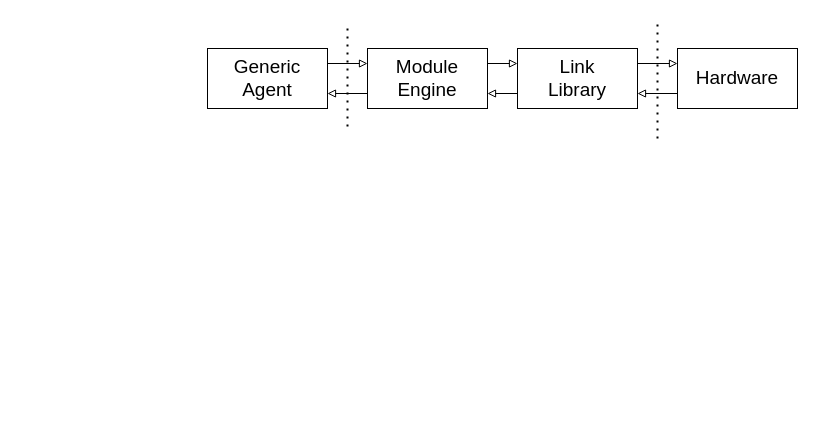
Before: doc/Drawio/System_Architecture.drawio in thggs/Thesis, a draw.io diagram. Source tidied: cells renumbered, new cells numbered last; positions are measured from the earlier drawing's top-left corner, leaving out a move shared by most shapes. Both pictures are drawn from the tidied source at 100%, with x=0, y=0 at pixel (207, 18).
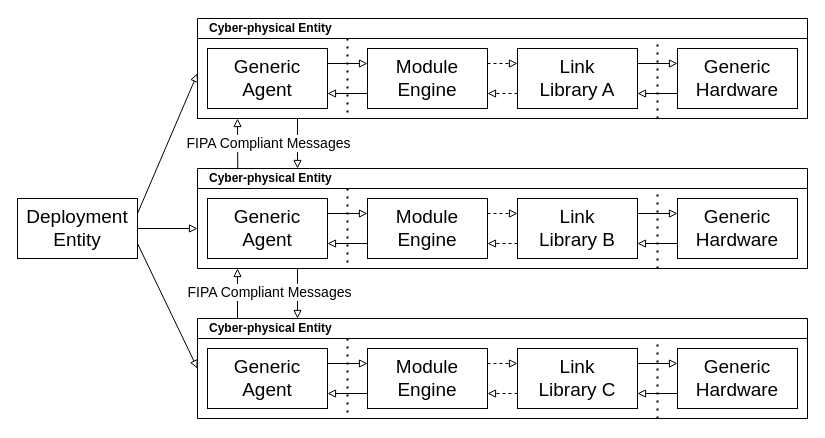
The same page after the edit.

The change refers to these unchanged cells:
```xml
<mxCell id="4" value="&lt;font style=&quot;font-size: 19px;&quot;&gt;Module&lt;/font&gt;&lt;div style=&quot;font-size: 19px;&quot;&gt;&lt;font style=&quot;font-size: 19px;&quot;&gt;Engine&lt;/font&gt;&lt;/div&gt;" style="rounded=0;whiteSpace=wrap;html=1;" parent="1" vertex="1">
  <mxGeometry x="160" y="30" width="120" height="60" as="geometry" />
</mxCell>
```

The edit, as a diff of the source:
```diff
@@
-    <mxCell id="2" value="&lt;font style=&quot;font-size: 19px;&quot;&gt;Generic&lt;/font&gt;&lt;div style=&quot;font-size: 19px;&quot;&gt;&lt;font style=&quot;font-size: 19px;&quot;&gt;Agent&lt;/font&gt;&lt;/div&gt;" style="rounded=0;whiteSpace=wrap;html=1;" parent="1" vertex="1">
-      <mxGeometry y="30" width="120" height="60" as="geometry" />
-    </mxCell>
+    <mxCell id="14" style="endArrow=block;html=1;rounded=0;startSize=8;endFill=0;" parent="1" edge="1">
+      <mxGeometry relative="1" as="geometry">
+        <mxPoint x="30" y="300" as="sourcePoint" />
+        <mxPoint x="30" y="250" as="targetPoint" />
+      </mxGeometry>
+    </mxCell>
+    <mxCell id="15" style="endArrow=block;html=1;rounded=0;startSize=8;endFill=0;exitX=0.066;exitY=-0.003;exitDx=0;exitDy=0;exitPerimeter=0;" parent="1" edge="1" source="50">
+      <mxGeometry relative="1" as="geometry">
+        <mxPoint x="30" y="100" as="targetPoint" />
+      </mxGeometry>
+    </mxCell>
+    <mxCell id="16" style="rounded=0;whiteSpace=wrap;html=1;" parent="1" vertex="1">
+      <mxGeometry x="-10" y="10" width="610" height="90" as="geometry" />
+    </mxCell>
     <mxCell id="3" style="endArrow=none;dashed=1;html=1;dashPattern=1 3;strokeWidth=2;rounded=0;" parent="1" edge="1">
       <mxGeometry relative="1" as="geometry">
-        <mxPoint x="140" y="10" as="sourcePoint" />
-        <mxPoint x="140" y="110" as="targetPoint" />
+        <mxPoint x="140" y="20" as="sourcePoint" />
+        <mxPoint x="140" y="100" as="targetPoint" />
         <Array as="points">
           <mxPoint x="140" y="60" />
         </Array>
       </mxGeometry>
     </mxCell>
@@
-    <mxCell id="7" value="&lt;span style=&quot;font-size: 19px;&quot;&gt;Link&lt;/span&gt;&lt;div&gt;&lt;span style=&quot;font-size: 19px;&quot;&gt;Library&lt;/span&gt;&lt;/div&gt;" style="rounded=0;whiteSpace=wrap;html=1;" parent="1" vertex="1">
+    <mxCell id="7" value="&lt;span style=&quot;font-size: 19px;&quot;&gt;Link&lt;/span&gt;&lt;div&gt;&lt;span style=&quot;font-size: 19px;&quot;&gt;Library A&lt;/span&gt;&lt;/div&gt;" style="rounded=0;whiteSpace=wrap;html=1;" parent="1" vertex="1">
       <mxGeometry x="310" y="30" width="120" height="60" as="geometry" />
     </mxCell>
     <mxCell id="8" style="endArrow=none;dashed=1;html=1;dashPattern=1 3;strokeWidth=2;rounded=0;" parent="1" edge="1">
       <mxGeometry relative="1" as="geometry">
-        <mxPoint x="450" y="120" as="sourcePoint" />
-        <mxPoint x="450" as="targetPoint" />
+        <mxPoint x="450" y="100" as="sourcePoint" />
+        <mxPoint x="450" y="10" as="targetPoint" />
       </mxGeometry>
     </mxCell>
-    <mxCell id="9" value="&lt;font style=&quot;font-size: 19px;&quot;&gt;Hardware&lt;/font&gt;" style="rounded=0;whiteSpace=wrap;html=1;" parent="1" vertex="1">
+    <mxCell id="9" value="&lt;div&gt;&lt;font style=&quot;font-size: 19px;&quot;&gt;Generic&lt;/font&gt;&lt;/div&gt;&lt;font style=&quot;font-size: 19px;&quot;&gt;Hardware&lt;/font&gt;" style="rounded=0;whiteSpace=wrap;html=1;" parent="1" vertex="1">
       <mxGeometry x="470" y="30" width="120" height="60" as="geometry" />
     </mxCell>
@@
-    <mxCell id="12" style="endArrow=block;html=1;rounded=0;exitX=0;exitY=0.75;exitDx=0;exitDy=0;entryX=1;entryY=0.75;entryDx=0;entryDy=0;startSize=8;endFill=0;" parent="1" edge="1" source="7" target="4">
+    <mxCell id="12" style="endArrow=block;html=1;rounded=0;exitX=0;exitY=0.75;exitDx=0;exitDy=0;entryX=1;entryY=0.75;entryDx=0;entryDy=0;startSize=8;endFill=0;dashed=1;" parent="1" edge="1" source="7" target="4">
       <mxGeometry relative="1" as="geometry" />
     </mxCell>
-    <mxCell id="13" style="endArrow=block;html=1;rounded=0;exitX=1;exitY=0.25;exitDx=0;exitDy=0;entryX=0;entryY=0.25;entryDx=0;entryDy=0;startSize=8;endFill=0;" parent="1" edge="1" source="4" target="7">
+    <mxCell id="13" style="endArrow=block;html=1;rounded=0;exitX=1;exitY=0.25;exitDx=0;exitDy=0;entryX=0;entryY=0.25;entryDx=0;entryDy=0;startSize=8;endFill=0;dashed=1;" parent="1" edge="1" source="4" target="7">
       <mxGeometry relative="1" as="geometry" />
     </mxCell>
+    <mxCell id="17" value="&lt;span style=&quot;font-size: 19px;&quot;&gt;Deployment&lt;/span&gt;&lt;div&gt;&lt;span style=&quot;font-size: 19px;&quot;&gt;Entity&lt;/span&gt;&lt;/div&gt;" style="rounded=0;whiteSpace=wrap;html=1;" parent="1" vertex="1">
+      <mxGeometry x="-190" y="180" width="120" height="60" as="geometry" />
+    </mxCell>
+    <mxCell id="18" value="&lt;font style=&quot;font-size: 19px;&quot;&gt;Generic&lt;/font&gt;&lt;div style=&quot;font-size: 19px;&quot;&gt;&lt;font style=&quot;font-size: 19px;&quot;&gt;Agent&lt;/font&gt;&lt;/div&gt;" style="rounded=0;whiteSpace=wrap;html=1;" parent="1" vertex="1">
+      <mxGeometry y="180" width="120" height="60" as="geometry" />
+    </mxCell>
+    <mxCell id="19" style="endArrow=none;dashed=1;html=1;dashPattern=1 3;strokeWidth=2;rounded=0;" parent="1" edge="1">
+      <mxGeometry relative="1" as="geometry">
+        <mxPoint x="140" y="170" as="sourcePoint" />
+        <mxPoint x="140" y="250" as="targetPoint" />
+        <Array as="points">
+          <mxPoint x="140" y="210" />
+        </Array>
+      </mxGeometry>
+    </mxCell>
+    <mxCell id="20" value="&lt;font style=&quot;font-size: 19px;&quot;&gt;Module&lt;/font&gt;&lt;div style=&quot;font-size: 19px;&quot;&gt;&lt;font style=&quot;font-size: 19px;&quot;&gt;Engine&lt;/font&gt;&lt;/div&gt;" style="rounded=0;whiteSpace=wrap;html=1;" parent="1" vertex="1">
+      <mxGeometry x="160" y="180" width="120" height="60" as="geometry" />
+    </mxCell>
+    <mxCell id="21" style="endArrow=block;html=1;rounded=0;exitX=1;exitY=0.25;exitDx=0;exitDy=0;entryX=0;entryY=0.25;entryDx=0;entryDy=0;startSize=8;endFill=0;" parent="1" edge="1" source="18" target="20">
+      <mxGeometry relative="1" as="geometry" />
+    </mxCell>
+    <mxCell id="22" style="endArrow=block;html=1;rounded=0;exitX=0;exitY=0.75;exitDx=0;exitDy=0;entryX=1;entryY=0.75;entryDx=0;entryDy=0;startSize=8;endFill=0;" parent="1" edge="1" source="20" target="18">
+      <mxGeometry relative="1" as="geometry" />
+    </mxCell>
+    <mxCell id="23" value="&lt;span style=&quot;font-size: 19px;&quot;&gt;Link&lt;/span&gt;&lt;div&gt;&lt;span style=&quot;font-size: 19px;&quot;&gt;Library B&lt;/span&gt;&lt;/div&gt;" style="rounded=0;whiteSpace=wrap;html=1;" parent="1" vertex="1">
+      <mxGeometry x="310" y="180" width="120" height="60" as="geometry" />
+    </mxCell>
+    <mxCell id="24" style="endArrow=none;dashed=1;html=1;dashPattern=1 3;strokeWidth=2;rounded=0;" parent="1" edge="1">
+      <mxGeometry relative="1" as="geometry">
+        <mxPoint x="450" y="250" as="sourcePoint" />
+        <mxPoint x="450" y="170" as="targetPoint" />
+      </mxGeometry>
+    </mxCell>
+    <mxCell id="25" value="&lt;div&gt;&lt;font style=&quot;font-size: 19px;&quot;&gt;Generic&lt;/font&gt;&lt;/div&gt;&lt;font style=&quot;font-size: 19px;&quot;&gt;Hardware&lt;/font&gt;" style="rounded=0;whiteSpace=wrap;html=1;" parent="1" vertex="1">
+      <mxGeometry x="470" y="180" width="120" height="60" as="geometry" />
+    </mxCell>
+    <mxCell id="26" style="endArrow=block;html=1;rounded=0;exitX=1;exitY=0.25;exitDx=0;exitDy=0;entryX=0;entryY=0.25;entryDx=0;entryDy=0;startSize=8;endFill=0;" parent="1" edge="1" source="23" target="25">
+      <mxGeometry relative="1" as="geometry" />
+    </mxCell>
+    <mxCell id="27" style="endArrow=block;html=1;rounded=0;exitX=0;exitY=0.75;exitDx=0;exitDy=0;entryX=1;entryY=0.75;entryDx=0;entryDy=0;startSize=8;endFill=0;" parent="1" edge="1" source="25" target="23">
+      <mxGeometry relative="1" as="geometry" />
+    </mxCell>
+    <mxCell id="28" style="endArrow=block;html=1;rounded=0;exitX=0;exitY=0.75;exitDx=0;exitDy=0;entryX=1;entryY=0.75;entryDx=0;entryDy=0;startSize=8;endFill=0;dashed=1;" parent="1" edge="1" source="23" target="20">
+      <mxGeometry relative="1" as="geometry" />
+    </mxCell>
+    <mxCell id="29" style="endArrow=block;html=1;rounded=0;exitX=1;exitY=0.25;exitDx=0;exitDy=0;entryX=0;entryY=0.25;entryDx=0;entryDy=0;startSize=8;endFill=0;dashed=1;" parent="1" edge="1" source="20" target="23">
+      <mxGeometry relative="1" as="geometry" />
+    </mxCell>
+    <mxCell id="30" value="&lt;font style=&quot;font-size: 19px;&quot;&gt;Generic&lt;/font&gt;&lt;div style=&quot;font-size: 19px;&quot;&gt;&lt;font style=&quot;font-size: 19px;&quot;&gt;Agent&lt;/font&gt;&lt;/div&gt;" style="rounded=0;whiteSpace=wrap;html=1;" parent="1" vertex="1">
+      <mxGeometry y="330" width="120" height="60" as="geometry" />
+    </mxCell>
+    <mxCell id="31" style="endArrow=none;dashed=1;html=1;dashPattern=1 3;strokeWidth=2;rounded=0;" parent="1" edge="1">
+      <mxGeometry relative="1" as="geometry">
+        <mxPoint x="140" y="320" as="sourcePoint" />
+        <mxPoint x="140" y="400" as="targetPoint" />
+        <Array as="points">
+          <mxPoint x="140" y="360" />
+        </Array>
+      </mxGeometry>
+    </mxCell>
+    <mxCell id="32" value="&lt;font style=&quot;font-size: 19px;&quot;&gt;Module&lt;/font&gt;&lt;div style=&quot;font-size: 19px;&quot;&gt;&lt;font style=&quot;font-size: 19px;&quot;&gt;Engine&lt;/font&gt;&lt;/div&gt;" style="rounded=0;whiteSpace=wrap;html=1;" parent="1" vertex="1">
+      <mxGeometry x="160" y="330" width="120" height="60" as="geometry" />
+    </mxCell>
+    <mxCell id="33" style="endArrow=block;html=1;rounded=0;exitX=1;exitY=0.25;exitDx=0;exitDy=0;entryX=0;entryY=0.25;entryDx=0;entryDy=0;startSize=8;endFill=0;" parent="1" edge="1" source="30" target="32">
+      <mxGeometry relative="1" as="geometry" />
+    </mxCell>
+    <mxCell id="34" style="endArrow=block;html=1;rounded=0;exitX=0;exitY=0.75;exitDx=0;exitDy=0;entryX=1;entryY=0.75;entryDx=0;entryDy=0;startSize=8;endFill=0;" parent="1" edge="1" source="32" target="30">
+      <mxGeometry relative="1" as="geometry" />
+    </mxCell>
+    <mxCell id="35" value="&lt;span style=&quot;font-size: 19px;&quot;&gt;Link&lt;/span&gt;&lt;div&gt;&lt;span style=&quot;font-size: 19px;&quot;&gt;Library C&lt;/span&gt;&lt;/div&gt;" style="rounded=0;whiteSpace=wrap;html=1;" parent="1" vertex="1">
+      <mxGeometry x="310" y="330" width="120" height="60" as="geometry" />
+    </mxCell>
+    <mxCell id="36" style="endArrow=none;dashed=1;html=1;dashPattern=1 3;strokeWidth=2;rounded=0;" parent="1" edge="1">
+      <mxGeometry relative="1" as="geometry">
+        <mxPoint x="450" y="400" as="sourcePoint" />
+        <mxPoint x="450" y="320" as="targetPoint" />
+      </mxGeometry>
+    </mxCell>
+    <mxCell id="37" value="&lt;div&gt;&lt;font style=&quot;font-size: 19px;&quot;&gt;Generic&lt;/font&gt;&lt;/div&gt;&lt;font style=&quot;font-size: 19px;&quot;&gt;Hardware&lt;/font&gt;" style="rounded=0;whiteSpace=wrap;html=1;" parent="1" vertex="1">
+      <mxGeometry x="470" y="330" width="120" height="60" as="geometry" />
+    </mxCell>
+    <mxCell id="38" style="endArrow=block;html=1;rounded=0;exitX=1;exitY=0.25;exitDx=0;exitDy=0;entryX=0;entryY=0.25;entryDx=0;entryDy=0;startSize=8;endFill=0;" parent="1" edge="1" source="35" target="37">
+      <mxGeometry relative="1" as="geometry" />
+    </mxCell>
+    <mxCell id="39" style="endArrow=block;html=1;rounded=0;exitX=0;exitY=0.75;exitDx=0;exitDy=0;entryX=1;entryY=0.75;entryDx=0;entryDy=0;startSize=8;endFill=0;" parent="1" edge="1" source="37" target="35">
+      <mxGeometry relative="1" as="geometry" />
+    </mxCell>
+    <mxCell id="40" style="endArrow=block;html=1;rounded=0;exitX=0;exitY=0.75;exitDx=0;exitDy=0;entryX=1;entryY=0.75;entryDx=0;entryDy=0;startSize=8;endFill=0;dashed=1;" parent="1" edge="1" source="35" target="32">
+      <mxGeometry relative="1" as="geometry" />
+    </mxCell>
+    <mxCell id="41" style="endArrow=block;html=1;rounded=0;exitX=1;exitY=0.25;exitDx=0;exitDy=0;entryX=0;entryY=0.25;entryDx=0;entryDy=0;startSize=8;endFill=0;dashed=1;" parent="1" edge="1" source="32" target="35">
+      <mxGeometry relative="1" as="geometry" />
+    </mxCell>
+    <mxCell id="42" style="endArrow=block;html=1;rounded=0;startSize=8;endFill=0;entryX=0.164;entryY=0;entryDx=0;entryDy=0;entryPerimeter=0;" parent="1" edge="1" target="50">
+      <mxGeometry relative="1" as="geometry">
+        <mxPoint x="90" y="120" as="sourcePoint" />
+        <Array as="points">
+          <mxPoint x="90" y="100" />
+        </Array>
+      </mxGeometry>
+    </mxCell>
+    <mxCell id="43" value="&lt;font style=&quot;font-size: 14px;&quot;&gt;FIPA Compliant Messages&lt;/font&gt;" style="edgeLabel;html=1;align=center;verticalAlign=middle;" parent="42" vertex="1">
+      <mxGeometry x="0.02" relative="1" as="geometry">
+        <mxPoint x="-30" y="9" as="offset" />
+      </mxGeometry>
+    </mxCell>
+    <mxCell id="44" style="endArrow=block;html=1;rounded=0;startSize=8;endFill=0;entryX=0.164;entryY=0;entryDx=0;entryDy=0;entryPerimeter=0;" parent="1" edge="1" target="51">
+      <mxGeometry relative="1" as="geometry">
+        <mxPoint x="90" y="250" as="sourcePoint" />
+      </mxGeometry>
+    </mxCell>
+    <mxCell id="45" value="&lt;font style=&quot;font-size: 14px;&quot;&gt;FIPA Compliant Messages&lt;/font&gt;" style="edgeLabel;html=1;align=center;verticalAlign=middle;" parent="44" vertex="1">
+      <mxGeometry x="0.05" y="1" relative="1" as="geometry">
+        <mxPoint x="-30" y="-2" as="offset" />
+      </mxGeometry>
+    </mxCell>
+    <mxCell id="46" style="endArrow=block;html=1;rounded=0;exitX=1;exitY=0.25;exitDx=0;exitDy=0;startSize=8;endFill=0;" parent="1" edge="1" source="17">
+      <mxGeometry relative="1" as="geometry">
+        <mxPoint x="-10" y="55" as="targetPoint" />
+      </mxGeometry>
+    </mxCell>
+    <mxCell id="47" style="endArrow=block;html=1;rounded=0;exitX=1;exitY=0.5;exitDx=0;exitDy=0;entryX=0;entryY=0.5;entryDx=0;entryDy=0;startSize=8;endFill=0;" parent="1" edge="1" source="17">
+      <mxGeometry relative="1" as="geometry">
+        <mxPoint x="-10" y="210" as="targetPoint" />
+      </mxGeometry>
+    </mxCell>
+    <mxCell id="48" style="endArrow=block;html=1;rounded=0;exitX=1;exitY=0.75;exitDx=0;exitDy=0;entryX=0;entryY=0.5;entryDx=0;entryDy=0;startSize=8;endFill=0;" parent="1" edge="1" source="17" target="51">
+      <mxGeometry relative="1" as="geometry" />
+    </mxCell>
+    <mxCell id="49" value="&amp;nbsp; &amp;nbsp;Cyber-physical Entity" style="swimlane;whiteSpace=wrap;html=1;startSize=20;align=left;" parent="1" vertex="1">
+      <mxGeometry x="-10" width="610" height="100" as="geometry" />
+    </mxCell>
+    <mxCell id="2" value="&lt;font style=&quot;font-size: 19px;&quot;&gt;Generic&lt;/font&gt;&lt;div style=&quot;font-size: 19px;&quot;&gt;&lt;font style=&quot;font-size: 19px;&quot;&gt;Agent&lt;/font&gt;&lt;/div&gt;" style="rounded=0;whiteSpace=wrap;html=1;" parent="49" vertex="1">
+      <mxGeometry x="10" y="30" width="120" height="60" as="geometry" />
+    </mxCell>
+    <mxCell id="50" value="&amp;nbsp; &amp;nbsp;Cyber-physical Entity" style="swimlane;whiteSpace=wrap;html=1;startSize=20;align=left;" parent="1" vertex="1">
+      <mxGeometry x="-10" y="150" width="610" height="100" as="geometry" />
+    </mxCell>
+    <mxCell id="51" value="&amp;nbsp; &amp;nbsp;Cyber-physical Entity" style="swimlane;whiteSpace=wrap;html=1;startSize=20;align=left;" parent="1" vertex="1">
+      <mxGeometry x="-10" y="300" width="610" height="100" as="geometry" />
+    </mxCell>
```
